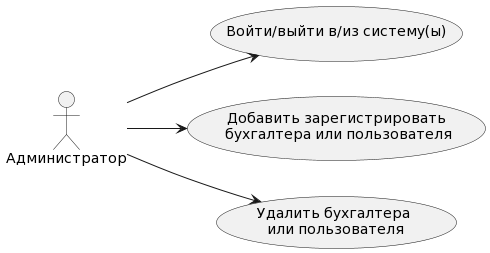
The PlantUML diagram Resource/Диаграммы вариантов использования/Администратор (Основные возможност).png in MiFit1/OSOGO, before a commit. Its diagram source:
```plantuml
@startuml
left to right direction

actor "Администратор" as fc

usecase "Войти/выйти в/из систему(ы)" as UC1
usecase "Добавить зарегистрировать\n бухгалтера или пользователя" as UC2
usecase "Удалить бухгалтера\n или пользователя" as UC3

fc --> UC1
fc --> UC2
fc --> UC3
@enduml
```
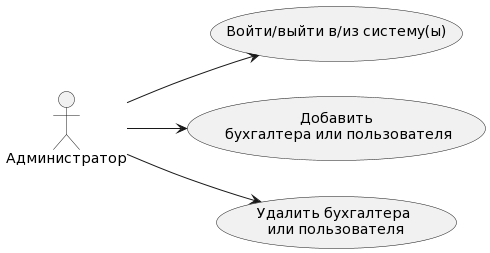
After the change.

Change to the diagram source:
```diff
@@ -4,7 +4,7 @@
 actor "Администратор" as fc
 
 usecase "Войти/выйти в/из систему(ы)" as UC1
-usecase "Добавить зарегистрировать\n бухгалтера или пользователя" as UC2
+usecase "Добавить\n бухгалтера или пользователя" as UC2
 usecase "Удалить бухгалтера\n или пользователя" as UC3
 
 fc --> UC1
```
